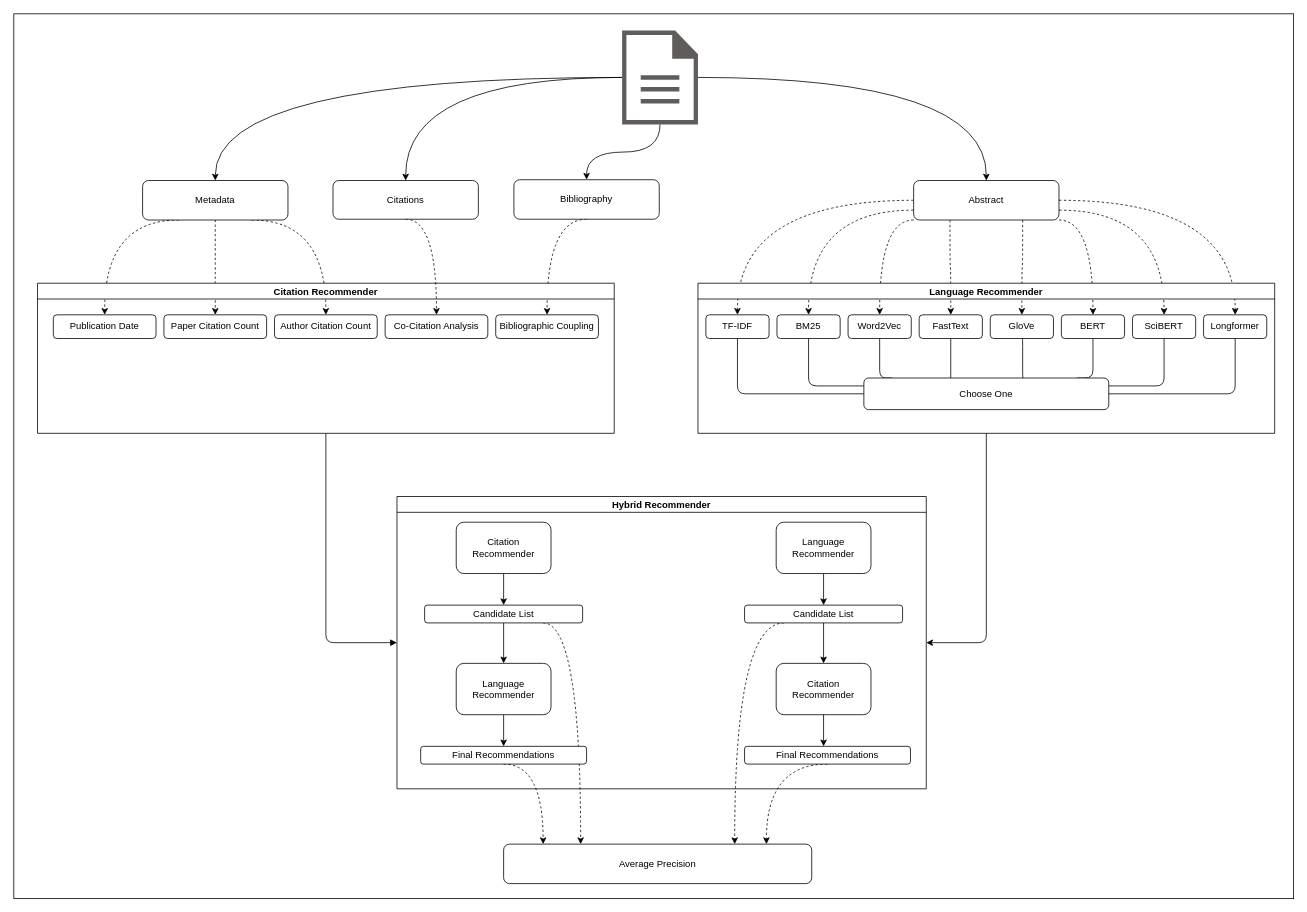
Before: static/hybrid-architecture.drawio in joel-beck/readnext, a draw.io diagram. Source tidied: cells renumbered, new cells numbered last; positions are measured from the earlier drawing's top-left corner, leaving out a move shared by most shapes. Both pictures are drawn from the tidied source at 79%, with x=0, y=0 at pixel (13, 13).
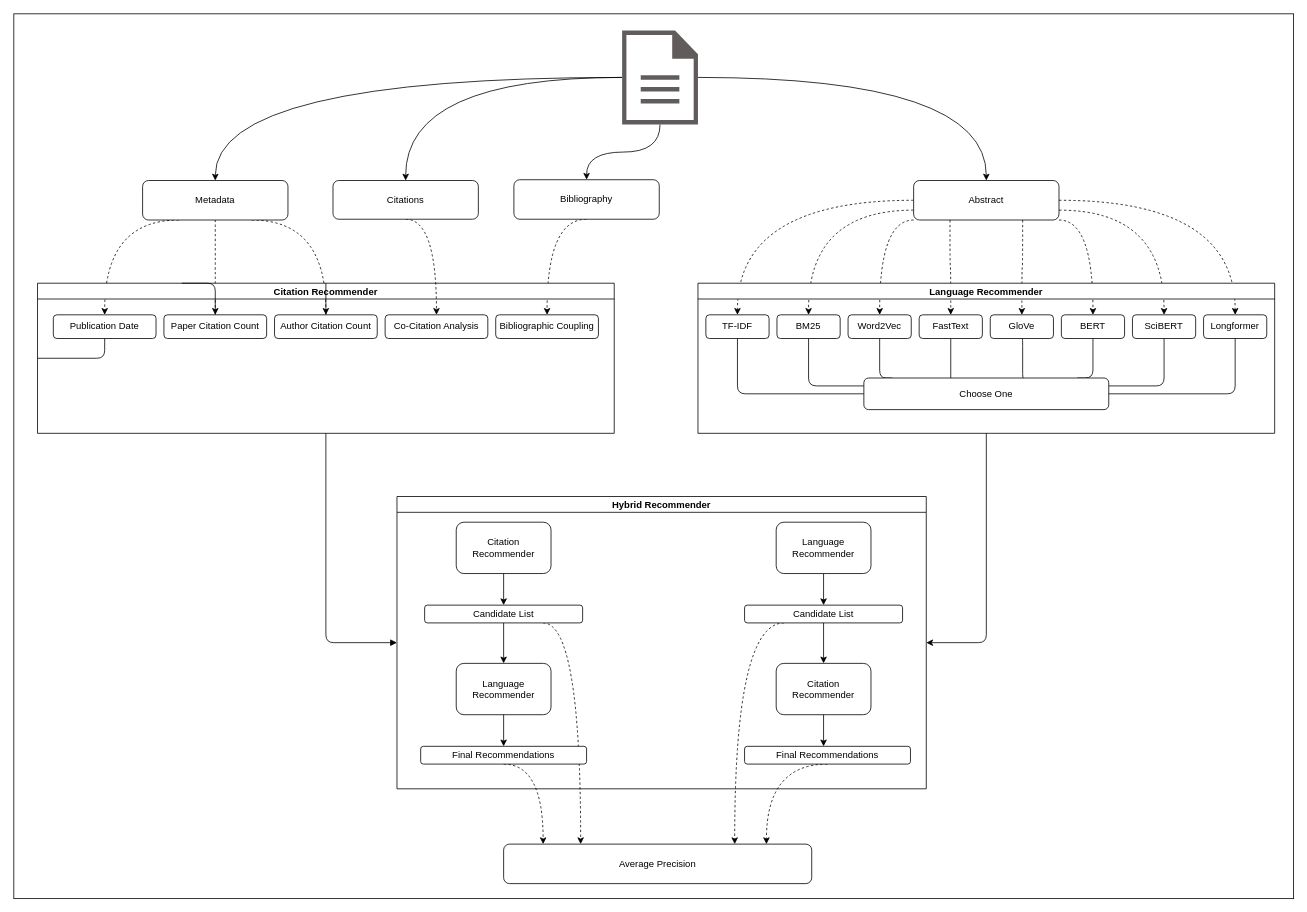
After the change.

Commit message:
removed extra arrow

Unchanged cells that the change refers to:
```xml
<mxCell id="31" value="Citation Recommender" style="swimlane;startSize=20;horizontal=1;containerType=tree;newEdgeStyle={&quot;edgeStyle&quot;:&quot;elbowEdgeStyle&quot;,&quot;startArrow&quot;:&quot;none&quot;,&quot;endArrow&quot;:&quot;none&quot;};" parent="1" vertex="1">
  <mxGeometry x="30" y="341" width="730" height="190" as="geometry" />
</mxCell>
<mxCell id="32" value="Publication Date" style="whiteSpace=wrap;html=1;align=center;newEdgeStyle={&quot;edgeStyle&quot;:&quot;elbowEdgeStyle&quot;,&quot;startArrow&quot;:&quot;none&quot;,&quot;endArrow&quot;:&quot;none&quot;};rounded=1;" parent="31" vertex="1">
  <mxGeometry x="20" y="40" width="130" height="30" as="geometry" />
</mxCell>
<mxCell id="33" value="Author Citation Count" style="whiteSpace=wrap;html=1;align=center;newEdgeStyle={&quot;edgeStyle&quot;:&quot;elbowEdgeStyle&quot;,&quot;startArrow&quot;:&quot;none&quot;,&quot;endArrow&quot;:&quot;none&quot;};rounded=1;" parent="31" vertex="1">
  <mxGeometry x="300" y="40" width="130" height="30" as="geometry" />
</mxCell>
<mxCell id="36" value="Paper Citation Count" style="whiteSpace=wrap;html=1;align=center;newEdgeStyle={&quot;edgeStyle&quot;:&quot;elbowEdgeStyle&quot;,&quot;startArrow&quot;:&quot;none&quot;,&quot;endArrow&quot;:&quot;none&quot;};rounded=1;" parent="31" vertex="1">
  <mxGeometry x="160" y="40" width="130" height="30" as="geometry" />
</mxCell>
```

What changed in the source:
```diff
@@
+    <mxCell id="72" style="edgeStyle=elbowEdgeStyle;html=1;startArrow=none;endArrow=none;exitX=0.5;exitY=1;exitDx=0;exitDy=0;entryX=0;entryY=0.5;entryDx=0;entryDy=0;" parent="31" edge="1" source="32">
+      <mxGeometry relative="1" as="geometry">
+        <mxPoint y="95" as="targetPoint" />
+        <Array as="points">
+          <mxPoint x="85" y="120" />
+        </Array>
+      </mxGeometry>
+    </mxCell>
@@
+    <mxCell id="73" style="edgeStyle=elbowEdgeStyle;html=1;startArrow=none;endArrow=none;exitX=0.5;exitY=1;exitDx=0;exitDy=0;entryX=0.5;entryY=0;entryDx=0;entryDy=0;" parent="31" edge="1" source="33">
+      <mxGeometry relative="1" as="geometry">
+        <mxPoint x="365" as="targetPoint" />
+      </mxGeometry>
+    </mxCell>
@@
+    <mxCell id="74" style="edgeStyle=elbowEdgeStyle;html=1;startArrow=none;endArrow=none;exitX=0.5;exitY=1;exitDx=0;exitDy=0;entryX=0.25;entryY=0;entryDx=0;entryDy=0;" parent="31" edge="1" source="36">
+      <mxGeometry relative="1" as="geometry">
+        <mxPoint x="182.5" as="targetPoint" />
+        <Array as="points">
+          <mxPoint x="225" y="100" />
+        </Array>
+      </mxGeometry>
+    </mxCell>
```
